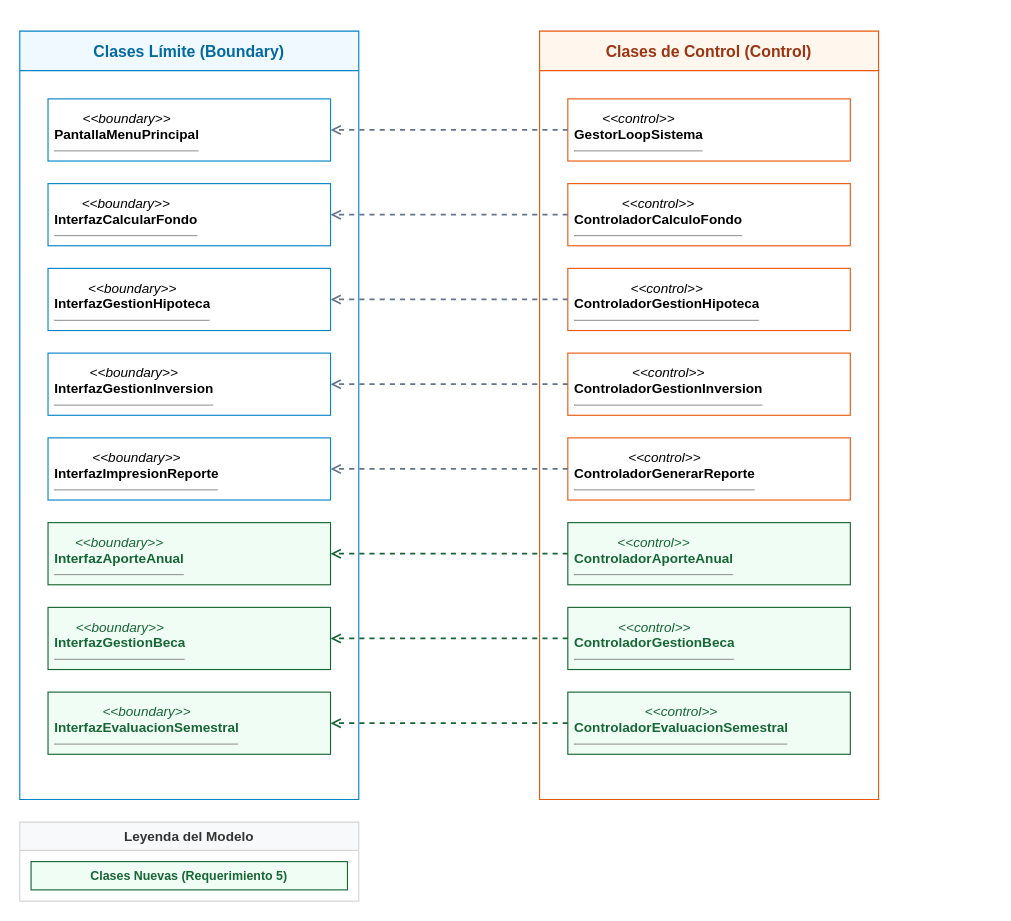
Above: Docs_Folder/Punto4(limite y control).drawio in delgadosanty/MSGF-repository (draw.io), before the change. Source tidied: cells renumbered, new cells numbered last; positions are measured from the earlier drawing's top-left corner, leaving out a move shared by most shapes. Both pictures are drawn from the tidied source at 113%, with x=0, y=0 at pixel (19, 31).
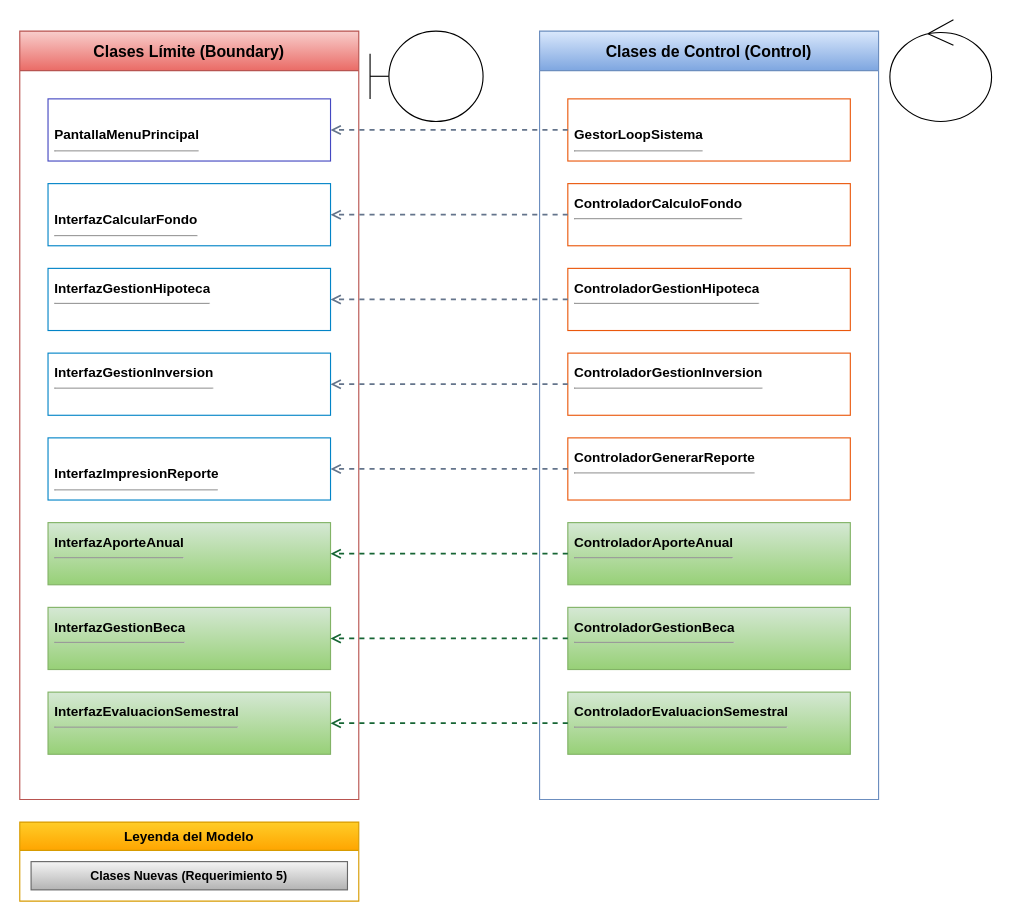
The same page after the edit.

Diff of the diagram source:
```diff
@@
-    <mxCell id="2" value="Clases Límite (Boundary)" style="swimlane;whiteSpace=wrap;html=1;fillColor=#f0f9ff;strokeColor=#0284c7;fontStyle=1;startSize=35;fontSize=14;fontColor=#0369a1;" parent="1" vertex="1">
+    <mxCell id="2" value="Clases Límite (Boundary)" style="swimlane;whiteSpace=wrap;html=1;fillColor=#f8cecc;strokeColor=#b85450;fontStyle=1;startSize=35;fontSize=14;gradientColor=#ea6b66;" parent="1" vertex="1">
       <mxGeometry width="300" height="680" as="geometry" />
     </mxCell>
-    <mxCell id="3" value="&lt;p style=&quot;margin:0px;margin-top:4px;text-align:center;&quot;&gt;&lt;i&gt;&amp;lt;&amp;lt;boundary&amp;gt;&amp;gt;&lt;/i&gt;&lt;br&gt;&lt;b&gt;PantallaMenuPrincipal&lt;/b&gt;&lt;/p&gt;&lt;hr size=&quot;1&quot; /&gt;" style="html=1;whiteSpace=wrap;fillColor=#ffffff;strokeColor=#0284c7;align=left;verticalAlign=top;spacingLeft=4;spacingRight=4;overflow=hidden;points=[];portConstraint=eastwest;" parent="2" vertex="1">
+    <mxCell id="3" value="&lt;p style=&quot;margin:0px;margin-top:4px;text-align:center;&quot;&gt;&lt;br&gt;&lt;b&gt;PantallaMenuPrincipal&lt;/b&gt;&lt;/p&gt;&lt;hr size=&quot;1&quot;&gt;" style="html=1;whiteSpace=wrap;align=left;verticalAlign=top;spacingLeft=4;spacingRight=4;overflow=hidden;points=[];portConstraint=eastwest;strokeColor=light-dark(#4448c1, #ededed);" parent="2" vertex="1">
       <mxGeometry x="25" y="60" width="250" height="55" as="geometry" />
     </mxCell>
-    <mxCell id="4" value="&lt;p style=&quot;margin:0px;margin-top:4px;text-align:center;&quot;&gt;&lt;i&gt;&amp;lt;&amp;lt;boundary&amp;gt;&amp;gt;&lt;/i&gt;&lt;br&gt;&lt;b&gt;InterfazCalcularFondo&lt;/b&gt;&lt;/p&gt;&lt;hr size=&quot;1&quot; /&gt;" style="html=1;whiteSpace=wrap;fillColor=#ffffff;strokeColor=#0284c7;align=left;verticalAlign=top;spacingLeft=4;spacingRight=4;overflow=hidden;points=[];portConstraint=eastwest;" parent="2" vertex="1">
+    <mxCell id="4" value="&lt;p style=&quot;margin:0px;margin-top:4px;text-align:center;&quot;&gt;&lt;br&gt;&lt;b&gt;InterfazCalcularFondo&lt;/b&gt;&lt;/p&gt;&lt;hr size=&quot;1&quot;&gt;" style="html=1;whiteSpace=wrap;fillColor=#ffffff;strokeColor=#0284c7;align=left;verticalAlign=top;spacingLeft=4;spacingRight=4;overflow=hidden;points=[];portConstraint=eastwest;" parent="2" vertex="1">
       <mxGeometry x="25" y="135" width="250" height="55" as="geometry" />
     </mxCell>
-    <mxCell id="5" value="&lt;p style=&quot;margin:0px;margin-top:4px;text-align:center;&quot;&gt;&lt;i&gt;&amp;lt;&amp;lt;boundary&amp;gt;&amp;gt;&lt;/i&gt;&lt;br&gt;&lt;b&gt;InterfazGestionHipoteca&lt;/b&gt;&lt;/p&gt;&lt;hr size=&quot;1&quot; /&gt;" style="html=1;whiteSpace=wrap;fillColor=#ffffff;strokeColor=#0284c7;align=left;verticalAlign=top;spacingLeft=4;spacingRight=4;overflow=hidden;points=[];portConstraint=eastwest;" parent="2" vertex="1">
+    <mxCell id="5" value="&lt;p style=&quot;margin:0px;margin-top:4px;text-align:center;&quot;&gt;&lt;b&gt;InterfazGestionHipoteca&lt;/b&gt;&lt;/p&gt;&lt;hr size=&quot;1&quot;&gt;" style="html=1;whiteSpace=wrap;fillColor=#ffffff;strokeColor=#0284c7;align=left;verticalAlign=top;spacingLeft=4;spacingRight=4;overflow=hidden;points=[];portConstraint=eastwest;" parent="2" vertex="1">
       <mxGeometry x="25" y="210" width="250" height="55" as="geometry" />
     </mxCell>
-    <mxCell id="6" value="&lt;p style=&quot;margin:0px;margin-top:4px;text-align:center;&quot;&gt;&lt;i&gt;&amp;lt;&amp;lt;boundary&amp;gt;&amp;gt;&lt;/i&gt;&lt;br&gt;&lt;b&gt;InterfazGestionInversion&lt;/b&gt;&lt;/p&gt;&lt;hr size=&quot;1&quot; /&gt;" style="html=1;whiteSpace=wrap;fillColor=#ffffff;strokeColor=#0284c7;align=left;verticalAlign=top;spacingLeft=4;spacingRight=4;overflow=hidden;points=[];portConstraint=eastwest;" parent="2" vertex="1">
+    <mxCell id="6" value="&lt;p style=&quot;margin:0px;margin-top:4px;text-align:center;&quot;&gt;&lt;b&gt;InterfazGestionInversion&lt;/b&gt;&lt;/p&gt;&lt;hr size=&quot;1&quot;&gt;" style="html=1;whiteSpace=wrap;fillColor=#ffffff;strokeColor=#0284c7;align=left;verticalAlign=top;spacingLeft=4;spacingRight=4;overflow=hidden;points=[];portConstraint=eastwest;" parent="2" vertex="1">
       <mxGeometry x="25" y="285" width="250" height="55" as="geometry" />
     </mxCell>
-    <mxCell id="7" value="&lt;p style=&quot;margin:0px;margin-top:4px;text-align:center;&quot;&gt;&lt;i&gt;&amp;lt;&amp;lt;boundary&amp;gt;&amp;gt;&lt;/i&gt;&lt;br&gt;&lt;b&gt;InterfazImpresionReporte&lt;/b&gt;&lt;/p&gt;&lt;hr size=&quot;1&quot; /&gt;" style="html=1;whiteSpace=wrap;fillColor=#ffffff;strokeColor=#0284c7;align=left;verticalAlign=top;spacingLeft=4;spacingRight=4;overflow=hidden;points=[];portConstraint=eastwest;" parent="2" vertex="1">
+    <mxCell id="7" value="&lt;p style=&quot;margin:0px;margin-top:4px;text-align:center;&quot;&gt;&lt;br&gt;&lt;b&gt;InterfazImpresionReporte&lt;/b&gt;&lt;/p&gt;&lt;hr size=&quot;1&quot;&gt;" style="html=1;whiteSpace=wrap;fillColor=#ffffff;strokeColor=#0284c7;align=left;verticalAlign=top;spacingLeft=4;spacingRight=4;overflow=hidden;points=[];portConstraint=eastwest;" parent="2" vertex="1">
       <mxGeometry x="25" y="360" width="250" height="55" as="geometry" />
     </mxCell>
-    <mxCell id="8" value="&lt;p style=&quot;margin:0px;margin-top:4px;text-align:center;&quot;&gt;&lt;i&gt;&amp;lt;&amp;lt;boundary&amp;gt;&amp;gt;&lt;/i&gt;&lt;br&gt;&lt;b&gt;InterfazAporteAnual&lt;/b&gt;&lt;/p&gt;&lt;hr size=&quot;1&quot; /&gt;" style="html=1;whiteSpace=wrap;fillColor=#f0fdf4;strokeColor=#166534;align=left;verticalAlign=top;spacingLeft=4;spacingRight=4;overflow=hidden;points=[];portConstraint=eastwest;fontColor=#166534;" parent="2" vertex="1">
+    <mxCell id="8" value="&lt;p style=&quot;margin:0px;margin-top:4px;text-align:center;&quot;&gt;&lt;b&gt;InterfazAporteAnual&lt;/b&gt;&lt;/p&gt;&lt;hr size=&quot;1&quot;&gt;" style="html=1;whiteSpace=wrap;fillColor=#d5e8d4;strokeColor=#82b366;align=left;verticalAlign=top;spacingLeft=4;spacingRight=4;overflow=hidden;points=[];portConstraint=eastwest;gradientColor=#97d077;" parent="2" vertex="1">
       <mxGeometry x="25" y="435" width="250" height="55" as="geometry" />
     </mxCell>
-    <mxCell id="9" value="&lt;p style=&quot;margin:0px;margin-top:4px;text-align:center;&quot;&gt;&lt;i&gt;&amp;lt;&amp;lt;boundary&amp;gt;&amp;gt;&lt;/i&gt;&lt;br&gt;&lt;b&gt;InterfazGestionBeca&lt;/b&gt;&lt;/p&gt;&lt;hr size=&quot;1&quot; /&gt;" style="html=1;whiteSpace=wrap;fillColor=#f0fdf4;strokeColor=#166534;align=left;verticalAlign=top;spacingLeft=4;spacingRight=4;overflow=hidden;points=[];portConstraint=eastwest;fontColor=#166534;" parent="2" vertex="1">
+    <mxCell id="9" value="&lt;p style=&quot;margin:0px;margin-top:4px;text-align:center;&quot;&gt;&lt;b&gt;InterfazGestionBeca&lt;/b&gt;&lt;/p&gt;&lt;hr size=&quot;1&quot;&gt;" style="html=1;whiteSpace=wrap;fillColor=#d5e8d4;strokeColor=#82b366;align=left;verticalAlign=top;spacingLeft=4;spacingRight=4;overflow=hidden;points=[];portConstraint=eastwest;gradientColor=#97d077;" parent="2" vertex="1">
       <mxGeometry x="25" y="510" width="250" height="55" as="geometry" />
     </mxCell>
-    <mxCell id="10" value="&lt;p style=&quot;margin:0px;margin-top:4px;text-align:center;&quot;&gt;&lt;i&gt;&amp;lt;&amp;lt;boundary&amp;gt;&amp;gt;&lt;/i&gt;&lt;br&gt;&lt;b&gt;InterfazEvaluacionSemestral&lt;/b&gt;&lt;/p&gt;&lt;hr size=&quot;1&quot; /&gt;" style="html=1;whiteSpace=wrap;fillColor=#f0fdf4;strokeColor=#166534;align=left;verticalAlign=top;spacingLeft=4;spacingRight=4;overflow=hidden;points=[];portConstraint=eastwest;fontColor=#166534;" parent="2" vertex="1">
+    <mxCell id="10" value="&lt;p style=&quot;margin:0px;margin-top:4px;text-align:center;&quot;&gt;&lt;b&gt;InterfazEvaluacionSemestral&lt;/b&gt;&lt;/p&gt;&lt;hr size=&quot;1&quot;&gt;" style="html=1;whiteSpace=wrap;fillColor=#d5e8d4;strokeColor=#82b366;align=left;verticalAlign=top;spacingLeft=4;spacingRight=4;overflow=hidden;points=[];portConstraint=eastwest;gradientColor=#97d077;" parent="2" vertex="1">
       <mxGeometry x="25" y="585" width="250" height="55" as="geometry" />
     </mxCell>
-    <mxCell id="11" value="Clases de Control (Control)" style="swimlane;whiteSpace=wrap;html=1;fillColor=#fff7ed;strokeColor=#ea580c;fontStyle=1;startSize=35;fontSize=14;fontColor=#9a3412;" parent="1" vertex="1">
+    <mxCell id="11" value="Clases de Control (Control)" style="swimlane;whiteSpace=wrap;html=1;fillColor=#dae8fc;strokeColor=#6c8ebf;fontStyle=1;startSize=35;fontSize=14;gradientColor=#7ea6e0;" parent="1" vertex="1">
       <mxGeometry x="460" width="300" height="680" as="geometry" />
     </mxCell>
-    <mxCell id="12" value="&lt;p style=&quot;margin:0px;margin-top:4px;text-align:center;&quot;&gt;&lt;i&gt;&amp;lt;&amp;lt;control&amp;gt;&amp;gt;&lt;/i&gt;&lt;br&gt;&lt;b&gt;GestorLoopSistema&lt;/b&gt;&lt;/p&gt;&lt;hr size=&quot;1&quot; /&gt;" style="html=1;whiteSpace=wrap;fillColor=#ffffff;strokeColor=#ea580c;align=left;verticalAlign=top;spacingLeft=4;spacingRight=4;overflow=hidden;points=[];portConstraint=eastwest;" parent="11" vertex="1">
+    <mxCell id="12" value="&lt;p style=&quot;margin:0px;margin-top:4px;text-align:center;&quot;&gt;&lt;br&gt;&lt;b&gt;GestorLoopSistema&lt;/b&gt;&lt;/p&gt;&lt;hr size=&quot;1&quot;&gt;" style="html=1;whiteSpace=wrap;fillColor=#ffffff;strokeColor=#ea580c;align=left;verticalAlign=top;spacingLeft=4;spacingRight=4;overflow=hidden;points=[];portConstraint=eastwest;" parent="11" vertex="1">
       <mxGeometry x="25" y="60" width="250" height="55" as="geometry" />
     </mxCell>
-    <mxCell id="13" value="&lt;p style=&quot;margin:0px;margin-top:4px;text-align:center;&quot;&gt;&lt;i&gt;&amp;lt;&amp;lt;control&amp;gt;&amp;gt;&lt;/i&gt;&lt;br&gt;&lt;b&gt;ControladorCalculoFondo&lt;/b&gt;&lt;/p&gt;&lt;hr size=&quot;1&quot; /&gt;" style="html=1;whiteSpace=wrap;fillColor=#ffffff;strokeColor=#ea580c;align=left;verticalAlign=top;spacingLeft=4;spacingRight=4;overflow=hidden;points=[];portConstraint=eastwest;" parent="11" vertex="1">
+    <mxCell id="13" value="&lt;p style=&quot;margin:0px;margin-top:4px;text-align:center;&quot;&gt;&lt;b&gt;ControladorCalculoFondo&lt;/b&gt;&lt;/p&gt;&lt;hr size=&quot;1&quot;&gt;" style="html=1;whiteSpace=wrap;fillColor=#ffffff;strokeColor=#ea580c;align=left;verticalAlign=top;spacingLeft=4;spacingRight=4;overflow=hidden;points=[];portConstraint=eastwest;" parent="11" vertex="1">
       <mxGeometry x="25" y="135" width="250" height="55" as="geometry" />
     </mxCell>
-    <mxCell id="14" value="&lt;p style=&quot;margin:0px;margin-top:4px;text-align:center;&quot;&gt;&lt;i&gt;&amp;lt;&amp;lt;control&amp;gt;&amp;gt;&lt;/i&gt;&lt;br&gt;&lt;b&gt;ControladorGestionHipoteca&lt;/b&gt;&lt;/p&gt;&lt;hr size=&quot;1&quot; /&gt;" style="html=1;whiteSpace=wrap;fillColor=#ffffff;strokeColor=#ea580c;align=left;verticalAlign=top;spacingLeft=4;spacingRight=4;overflow=hidden;points=[];portConstraint=eastwest;" parent="11" vertex="1">
+    <mxCell id="14" value="&lt;p style=&quot;margin:0px;margin-top:4px;text-align:center;&quot;&gt;&lt;b&gt;ControladorGestionHipoteca&lt;/b&gt;&lt;/p&gt;&lt;hr size=&quot;1&quot;&gt;" style="html=1;whiteSpace=wrap;fillColor=#ffffff;strokeColor=#ea580c;align=left;verticalAlign=top;spacingLeft=4;spacingRight=4;overflow=hidden;points=[];portConstraint=eastwest;" parent="11" vertex="1">
       <mxGeometry x="25" y="210" width="250" height="55" as="geometry" />
     </mxCell>
-    <mxCell id="15" value="&lt;p style=&quot;margin:0px;margin-top:4px;text-align:center;&quot;&gt;&lt;i&gt;&amp;lt;&amp;lt;control&amp;gt;&amp;gt;&lt;/i&gt;&lt;br&gt;&lt;b&gt;ControladorGestionInversion&lt;/b&gt;&lt;/p&gt;&lt;hr size=&quot;1&quot; /&gt;" style="html=1;whiteSpace=wrap;fillColor=#ffffff;strokeColor=#ea580c;align=left;verticalAlign=top;spacingLeft=4;spacingRight=4;overflow=hidden;points=[];portConstraint=eastwest;" parent="11" vertex="1">
+    <mxCell id="15" value="&lt;p style=&quot;margin:0px;margin-top:4px;text-align:center;&quot;&gt;&lt;b&gt;ControladorGestionInversion&lt;/b&gt;&lt;/p&gt;&lt;hr size=&quot;1&quot;&gt;" style="html=1;whiteSpace=wrap;fillColor=#ffffff;strokeColor=#ea580c;align=left;verticalAlign=top;spacingLeft=4;spacingRight=4;overflow=hidden;points=[];portConstraint=eastwest;" parent="11" vertex="1">
       <mxGeometry x="25" y="285" width="250" height="55" as="geometry" />
     </mxCell>
-    <mxCell id="16" value="&lt;p style=&quot;margin:0px;margin-top:4px;text-align:center;&quot;&gt;&lt;i&gt;&amp;lt;&amp;lt;control&amp;gt;&amp;gt;&lt;/i&gt;&lt;br&gt;&lt;b&gt;ControladorGenerarReporte&lt;/b&gt;&lt;/p&gt;&lt;hr size=&quot;1&quot; /&gt;" style="html=1;whiteSpace=wrap;fillColor=#ffffff;strokeColor=#ea580c;align=left;verticalAlign=top;spacingLeft=4;spacingRight=4;overflow=hidden;points=[];portConstraint=eastwest;" parent="11" vertex="1">
+    <mxCell id="16" value="&lt;p style=&quot;margin:0px;margin-top:4px;text-align:center;&quot;&gt;&lt;b&gt;ControladorGenerarReporte&lt;/b&gt;&lt;/p&gt;&lt;hr size=&quot;1&quot;&gt;" style="html=1;whiteSpace=wrap;fillColor=#ffffff;strokeColor=#ea580c;align=left;verticalAlign=top;spacingLeft=4;spacingRight=4;overflow=hidden;points=[];portConstraint=eastwest;" parent="11" vertex="1">
       <mxGeometry x="25" y="360" width="250" height="55" as="geometry" />
     </mxCell>
-    <mxCell id="17" value="&lt;p style=&quot;margin:0px;margin-top:4px;text-align:center;&quot;&gt;&lt;i&gt;&amp;lt;&amp;lt;control&amp;gt;&amp;gt;&lt;/i&gt;&lt;br&gt;&lt;b&gt;ControladorAporteAnual&lt;/b&gt;&lt;/p&gt;&lt;hr size=&quot;1&quot; /&gt;" style="html=1;whiteSpace=wrap;fillColor=#f0fdf4;strokeColor=#166534;align=left;verticalAlign=top;spacingLeft=4;spacingRight=4;overflow=hidden;points=[];portConstraint=eastwest;fontColor=#166534;" parent="11" vertex="1">
+    <mxCell id="17" value="&lt;p style=&quot;margin:0px;margin-top:4px;text-align:center;&quot;&gt;&lt;b&gt;ControladorAporteAnual&lt;/b&gt;&lt;/p&gt;&lt;hr size=&quot;1&quot;&gt;" style="html=1;whiteSpace=wrap;fillColor=#d5e8d4;strokeColor=#82b366;align=left;verticalAlign=top;spacingLeft=4;spacingRight=4;overflow=hidden;points=[];portConstraint=eastwest;gradientColor=#97d077;" parent="11" vertex="1">
       <mxGeometry x="25" y="435" width="250" height="55" as="geometry" />
     </mxCell>
-    <mxCell id="18" value="&lt;p style=&quot;margin:0px;margin-top:4px;text-align:center;&quot;&gt;&lt;i&gt;&amp;lt;&amp;lt;control&amp;gt;&amp;gt;&lt;/i&gt;&lt;br&gt;&lt;b&gt;ControladorGestionBeca&lt;/b&gt;&lt;/p&gt;&lt;hr size=&quot;1&quot; /&gt;" style="html=1;whiteSpace=wrap;fillColor=#f0fdf4;strokeColor=#166534;align=left;verticalAlign=top;spacingLeft=4;spacingRight=4;overflow=hidden;points=[];portConstraint=eastwest;fontColor=#166534;" parent="11" vertex="1">
+    <mxCell id="18" value="&lt;p style=&quot;margin:0px;margin-top:4px;text-align:center;&quot;&gt;&lt;b&gt;ControladorGestionBeca&lt;/b&gt;&lt;/p&gt;&lt;hr size=&quot;1&quot;&gt;" style="html=1;whiteSpace=wrap;fillColor=#d5e8d4;strokeColor=#82b366;align=left;verticalAlign=top;spacingLeft=4;spacingRight=4;overflow=hidden;points=[];portConstraint=eastwest;gradientColor=#97d077;" parent="11" vertex="1">
       <mxGeometry x="25" y="510" width="250" height="55" as="geometry" />
     </mxCell>
-    <mxCell id="19" value="&lt;p style=&quot;margin:0px;margin-top:4px;text-align:center;&quot;&gt;&lt;i&gt;&amp;lt;&amp;lt;control&amp;gt;&amp;gt;&lt;/i&gt;&lt;br&gt;&lt;b&gt;ControladorEvaluacionSemestral&lt;/b&gt;&lt;/p&gt;&lt;hr size=&quot;1&quot; /&gt;" style="html=1;whiteSpace=wrap;fillColor=#f0fdf4;strokeColor=#166534;align=left;verticalAlign=top;spacingLeft=4;spacingRight=4;overflow=hidden;points=[];portConstraint=eastwest;fontColor=#166534;" parent="11" vertex="1">
+    <mxCell id="19" value="&lt;p style=&quot;margin:0px;margin-top:4px;text-align:center;&quot;&gt;&lt;b&gt;ControladorEvaluacionSemestral&lt;/b&gt;&lt;/p&gt;&lt;hr size=&quot;1&quot;&gt;" style="html=1;whiteSpace=wrap;fillColor=#d5e8d4;strokeColor=#82b366;align=left;verticalAlign=top;spacingLeft=4;spacingRight=4;overflow=hidden;points=[];portConstraint=eastwest;gradientColor=#97d077;" parent="11" vertex="1">
       <mxGeometry x="25" y="585" width="250" height="55" as="geometry" />
     </mxCell>
-    <mxCell id="20" value="Leyenda del Modelo" style="swimlane;whiteSpace=wrap;html=1;fillColor=#f8f9fa;strokeColor=#d5d5d5;fontStyle=1;startSize=25;fontSize=12;fontColor=#333333;" parent="1" vertex="1">
+    <mxCell id="20" value="Leyenda del Modelo" style="swimlane;whiteSpace=wrap;html=1;fillColor=#ffcd28;strokeColor=#d79b00;fontStyle=1;startSize=25;fontSize=12;gradientColor=#ffa500;" parent="1" vertex="1">
       <mxGeometry y="700" width="300" height="70" as="geometry" />
     </mxCell>
-    <mxCell id="21" value="Clases Nuevas (Requerimiento 5)" style="rounded=0;whiteSpace=wrap;html=1;fillColor=#f0fdf4;strokeColor=#166534;fontColor=#166534;fontStyle=1;fontSize=11;" parent="20" vertex="1">
+    <mxCell id="21" value="Clases Nuevas (Requerimiento 5)" style="rounded=0;whiteSpace=wrap;html=1;fillColor=#f5f5f5;strokeColor=#666666;fontStyle=1;fontSize=11;gradientColor=#b3b3b3;" parent="20" vertex="1">
       <mxGeometry x="10" y="35" width="280" height="25" as="geometry" />
     </mxCell>
@@
+    <mxCell id="30" style="shape=umlBoundary;whiteSpace=wrap;html=1;" parent="1" vertex="1">
+      <mxGeometry x="310" width="100" height="80" as="geometry" />
+    </mxCell>
+    <mxCell id="31" style="ellipse;shape=umlControl;whiteSpace=wrap;html=1;" parent="1" vertex="1">
+      <mxGeometry x="770" y="-10" width="90" height="90" as="geometry" />
+    </mxCell>
```
